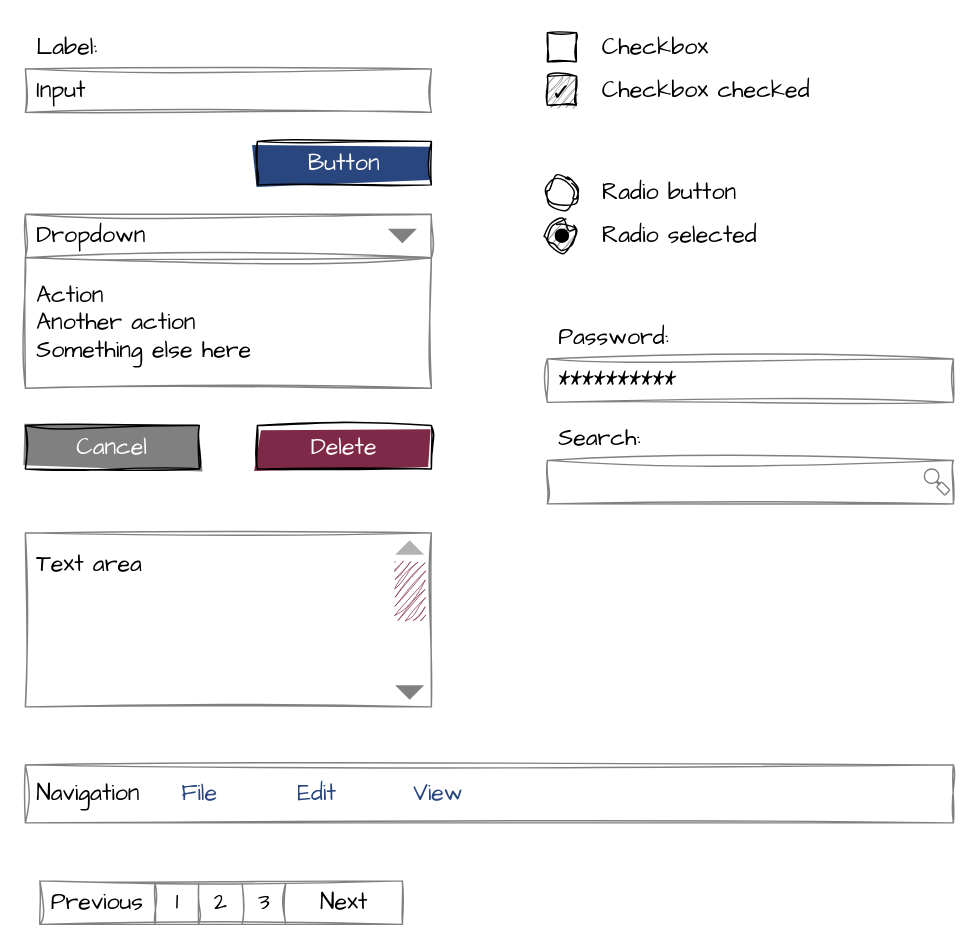
Earlier version of the draw.io diagram docs/ui/wireframe.drawio (lsimons/caseum). Source tidied: cells renumbered, new cells numbered last; positions are measured from the earlier drawing's top-left corner, leaving out a move shared by most shapes. Both pictures are drawn from the tidied source at 145%, with x=0, y=0 at pixel (25, 25).
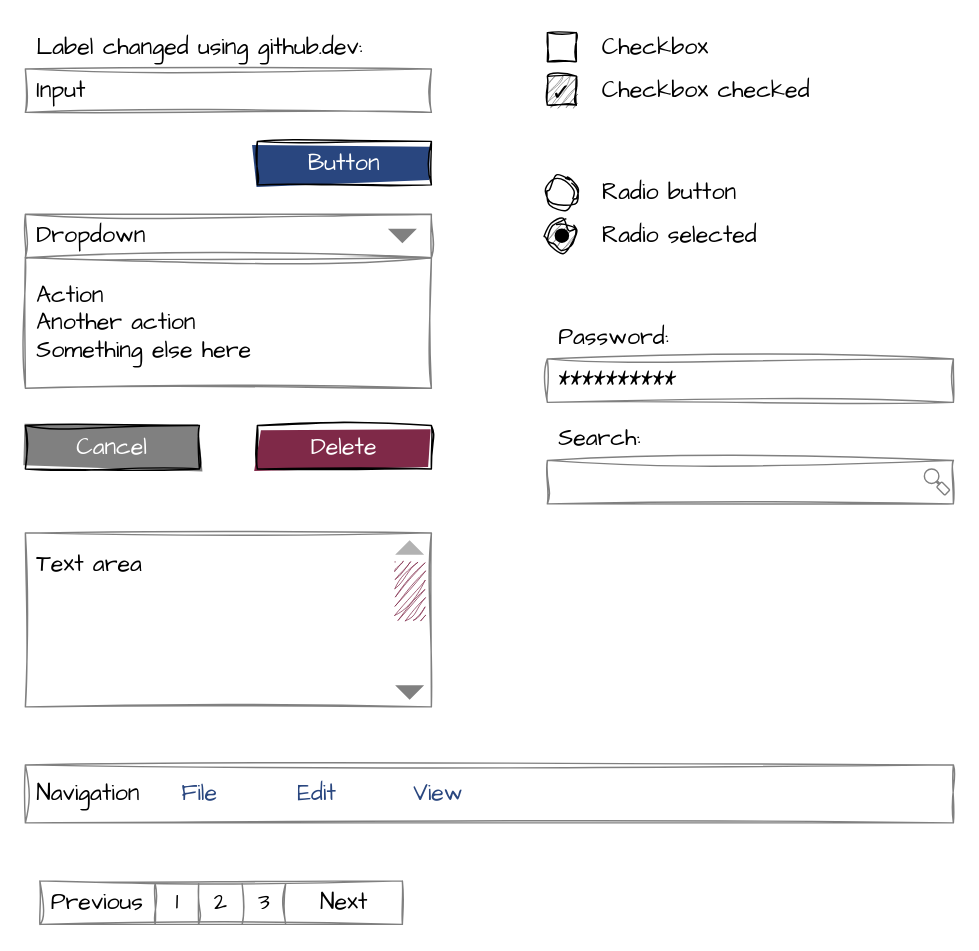
The same page after the edit.

Diff of the diagram source:
```diff
@@
-    <mxCell id="4" value="Label:" style="text;html=1;strokeColor=none;fillColor=none;align=left;verticalAlign=middle;whiteSpace=wrap;rounded=0;shadow=0;sketch=1;curveFitting=1;jiggle=2;fontFamily=Architects Daughter;fontSize=16;spacing=8;" parent="1" vertex="1">
-      <mxGeometry width="200" height="30" as="geometry" />
+    <mxCell id="4" value="Label changed using github.dev:" style="text;html=1;strokeColor=none;fillColor=none;align=left;verticalAlign=middle;whiteSpace=wrap;rounded=0;shadow=0;sketch=1;curveFitting=1;jiggle=2;fontFamily=Architects Daughter;fontSize=16;spacing=8;" parent="1" vertex="1">
+      <mxGeometry width="250" height="30" as="geometry" />
     </mxCell>
```
